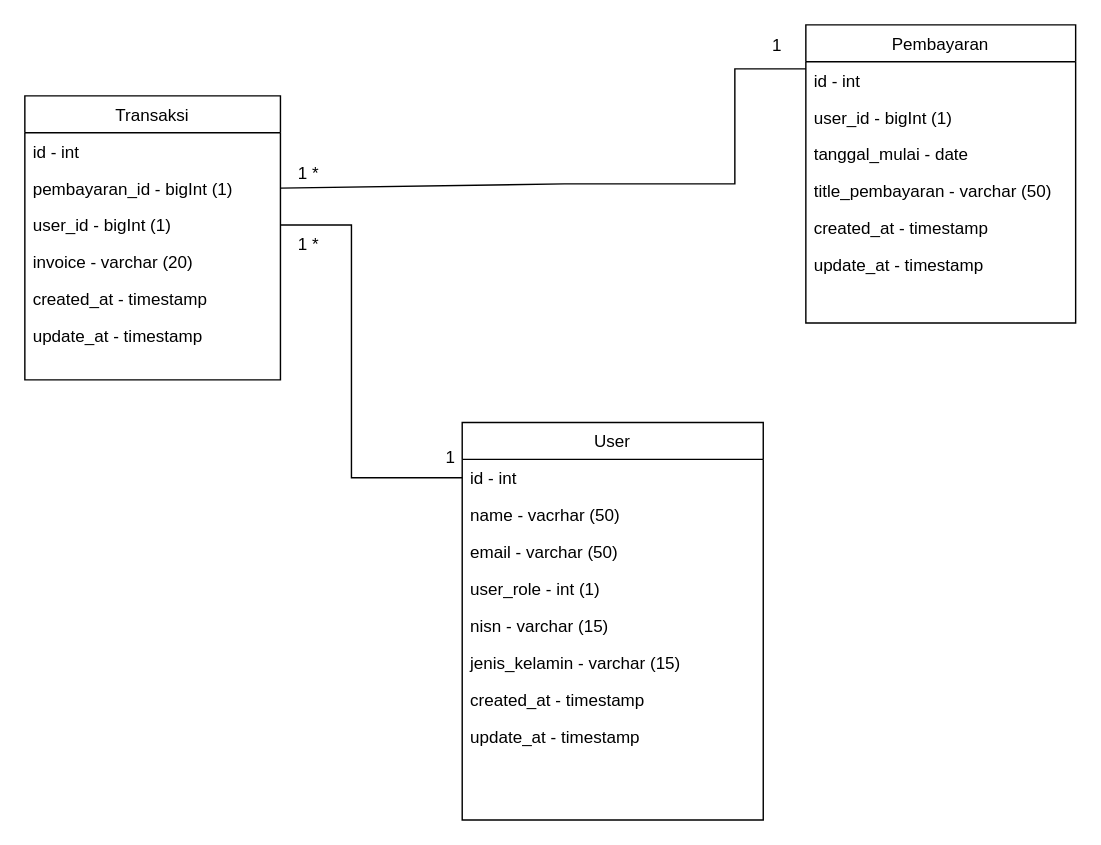
The draw.io diagram Untitled Diagram.drawio in danangsptro/SI_PEMBAYARAN, before the edit. Source tidied: cells renumbered, new cells numbered last; positions are measured from the earlier drawing's top-left corner, leaving out a move shared by most shapes. Both pictures are drawn from the tidied source at 142%, with x=0, y=0 at pixel (24, 24).
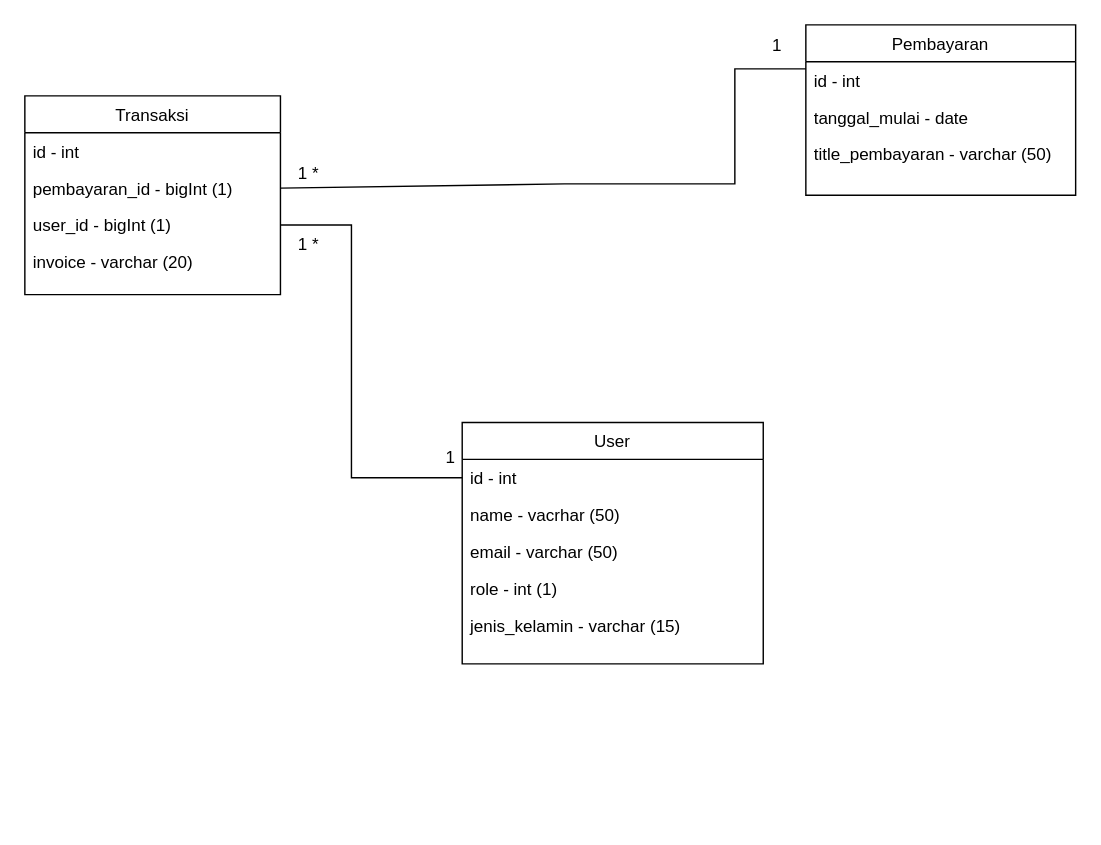
The same page after the edit.

What changed in the source:
```diff
@@
     <mxCell id="2" value="User" style="swimlane;fontStyle=0;align=center;verticalAlign=top;horizontal=1;startSize=26;rounded=0;shadow=0;strokeWidth=1;" parent="1" vertex="1">
-      <mxGeometry x="308" y="280" width="212" height="280" as="geometry" />
+      <mxGeometry x="308" y="280" width="212" height="170" as="geometry" />
     </mxCell>
@@
-    <mxCell id="6" value="user_role - int (1)" style="text;align=left;verticalAlign=top;spacingLeft=4;spacingRight=4;overflow=hidden;rounded=0;shadow=0;html=0;" parent="2" vertex="1">
+    <mxCell id="6" value="role - int (1)" style="text;align=left;verticalAlign=top;spacingLeft=4;spacingRight=4;overflow=hidden;rounded=0;shadow=0;html=0;" parent="2" vertex="1">
       <mxGeometry y="104" width="212" height="26" as="geometry" />
     </mxCell>
-    <mxCell id="7" value="nisn - varchar (15)" style="text;align=left;verticalAlign=top;spacingLeft=4;spacingRight=4;overflow=hidden;rounded=0;shadow=0;html=0;" parent="2" vertex="1">
-      <mxGeometry y="130" width="212" height="26" as="geometry" />
-    </mxCell>
     <mxCell id="8" value="jenis_kelamin - varchar (15)" style="text;align=left;verticalAlign=top;spacingLeft=4;spacingRight=4;overflow=hidden;rounded=0;shadow=0;html=0;" parent="2" vertex="1">
-      <mxGeometry y="156" width="212" height="26" as="geometry" />
+      <mxGeometry y="130" width="212" height="26" as="geometry" />
     </mxCell>
-    <mxCell id="9" value="created_at - timestamp" style="text;align=left;verticalAlign=top;spacingLeft=4;spacingRight=4;overflow=hidden;rounded=0;shadow=0;html=0;" parent="2" vertex="1">
-      <mxGeometry y="182" width="212" height="26" as="geometry" />
-    </mxCell>
-    <mxCell id="10" value="update_at - timestamp" style="text;align=left;verticalAlign=top;spacingLeft=4;spacingRight=4;overflow=hidden;rounded=0;shadow=0;html=0;" parent="2" vertex="1">
-      <mxGeometry y="208" width="212" height="26" as="geometry" />
-    </mxCell>
     <mxCell id="11" value="Transaksi" style="swimlane;fontStyle=0;align=center;verticalAlign=top;horizontal=1;startSize=26;rounded=0;shadow=0;strokeWidth=1;" parent="1" vertex="1">
-      <mxGeometry y="50" width="180" height="200" as="geometry" />
+      <mxGeometry y="50" width="180" height="140" as="geometry" />
     </mxCell>
@@
-    <mxCell id="16" value="created_at - timestamp" style="text;align=left;verticalAlign=top;spacingLeft=4;spacingRight=4;overflow=hidden;rounded=0;shadow=0;html=0;" parent="11" vertex="1">
-      <mxGeometry y="130" width="180" height="26" as="geometry" />
-    </mxCell>
-    <mxCell id="17" value="update_at - timestamp" style="text;align=left;verticalAlign=top;spacingLeft=4;spacingRight=4;overflow=hidden;rounded=0;shadow=0;html=0;" parent="11" vertex="1">
-      <mxGeometry y="156" width="180" height="26" as="geometry" />
-    </mxCell>
     <mxCell id="18" value="Pembayaran" style="swimlane;fontStyle=0;align=center;verticalAlign=top;horizontal=1;startSize=26;rounded=0;shadow=0;strokeWidth=1;" parent="1" vertex="1">
-      <mxGeometry x="550" width="190" height="210" as="geometry" />
+      <mxGeometry x="550" width="190" height="120" as="geometry" />
     </mxCell>
@@
-    <mxCell id="20" value="user_id - bigInt (1)" style="text;align=left;verticalAlign=top;spacingLeft=4;spacingRight=4;overflow=hidden;" parent="18" vertex="1">
-      <mxGeometry y="52" width="190" height="26" as="geometry" />
-    </mxCell>
     <mxCell id="21" value="tanggal_mulai - date" style="text;align=left;verticalAlign=top;spacingLeft=4;spacingRight=4;overflow=hidden;rounded=0;shadow=0;html=0;" parent="18" vertex="1">
-      <mxGeometry y="78" width="190" height="26" as="geometry" />
+      <mxGeometry y="52" width="190" height="26" as="geometry" />
     </mxCell>
     <mxCell id="22" value="title_pembayaran - varchar (50)" style="text;align=left;verticalAlign=top;spacingLeft=4;spacingRight=4;overflow=hidden;rounded=0;shadow=0;html=0;" parent="18" vertex="1">
-      <mxGeometry y="104" width="190" height="26" as="geometry" />
+      <mxGeometry y="78" width="190" height="26" as="geometry" />
     </mxCell>
-    <mxCell id="23" value="created_at - timestamp" style="text;align=left;verticalAlign=top;spacingLeft=4;spacingRight=4;overflow=hidden;rounded=0;shadow=0;html=0;" parent="18" vertex="1">
-      <mxGeometry y="130" width="190" height="26" as="geometry" />
-    </mxCell>
-    <mxCell id="24" value="update_at - timestamp" style="text;align=left;verticalAlign=top;spacingLeft=4;spacingRight=4;overflow=hidden;rounded=0;shadow=0;html=0;" parent="18" vertex="1">
-      <mxGeometry y="156" width="190" height="26" as="geometry" />
-    </mxCell>
```
